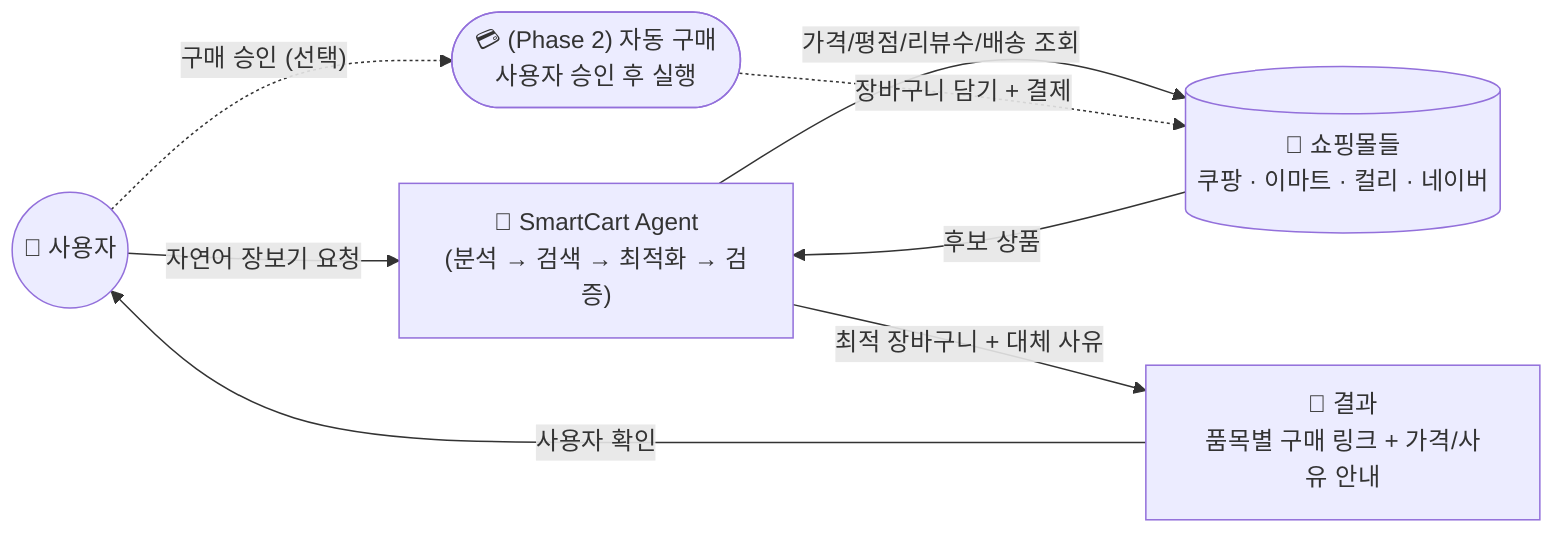
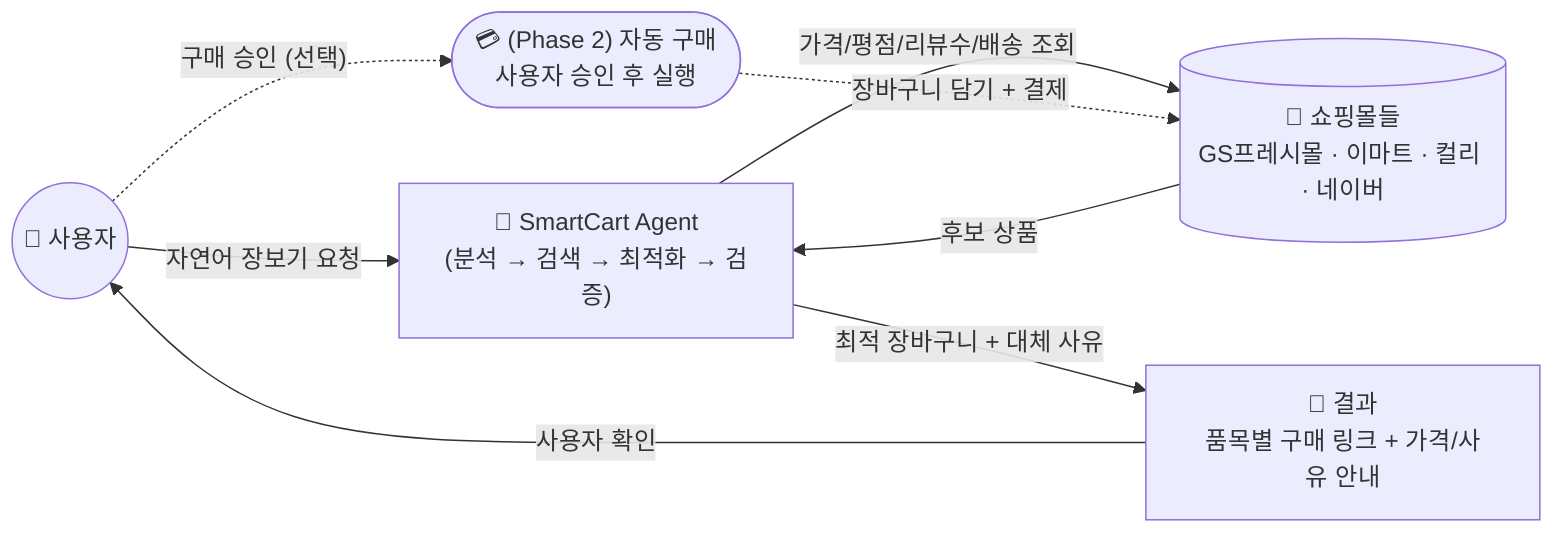
flowchart LR
    User(("🙋 사용자"))
    Agent["🤖 SmartCart Agent<br/>(분석 → 검색 → 최적화 → 검증)"]
-     Malls[("🏬 쇼핑몰들<br/>쿠팡 · 이마트 · 컬리 · 네이버")]
+     Malls[("🏬 쇼핑몰들<br/>GS프레시몰 · 이마트 · 컬리 · 네이버")]
    Result["🔗 결과<br/>품목별 구매 링크 + 가격/사유 안내"]
    Checkout(["💳 (Phase 2) 자동 구매<br/>사용자 승인 후 실행"])

    User -- "자연어 장보기 요청" --> Agent
    Agent -- "가격/평점/리뷰수/배송 조회" --> Malls
    Malls -- "후보 상품" --> Agent
    Agent -- "최적 장바구니 + 대체 사유" --> Result
    Result -- "사용자 확인" --> User
    User -. "구매 승인 (선택)" .-> Checkout
    Checkout -. "장바구니 담기 + 결제" .-> Malls
